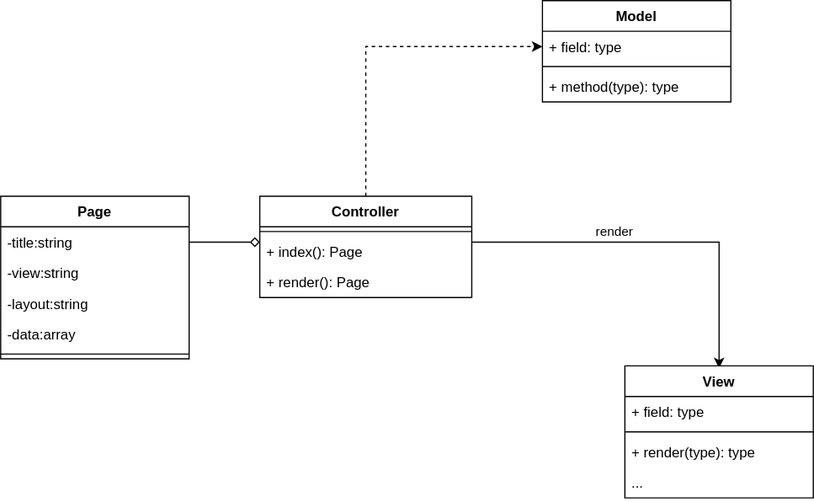
Earlier version of the draw.io export UML MVC.svg (devlubinets/mvcPractice). Source tidied: cells renumbered, new cells last; positions are measured from the earlier drawing's top-left corner, leaving out a move shared by most shapes.
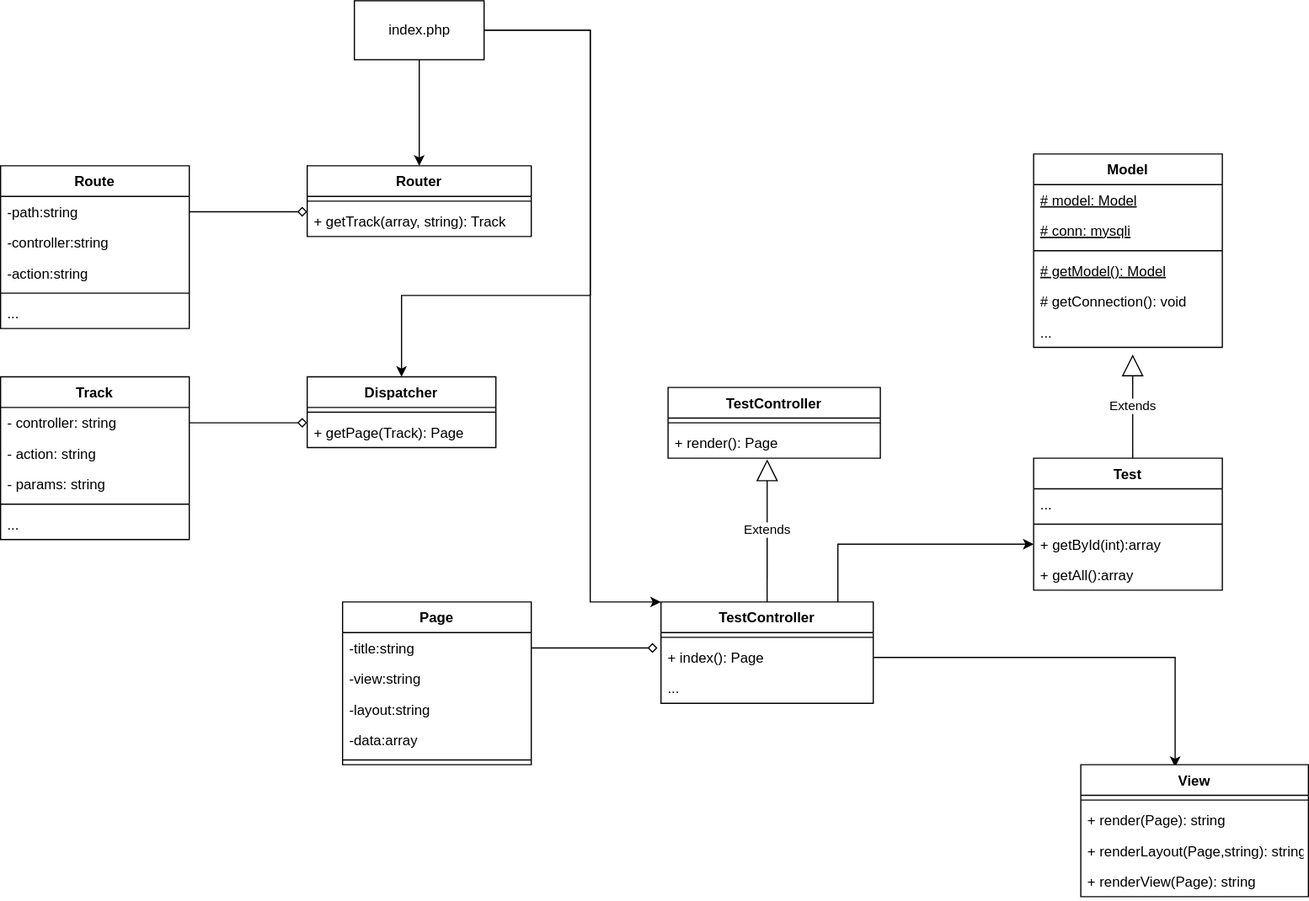
The same file after the commit.

Commit message:
Добавил UML диаграмму Model 2

Change to the diagram source:
```diff
@@ -2,11 +2,15 @@
   <root>
     <mxCell id="0" />
     <mxCell id="1" parent="0" />
-    <mxCell id="2" style="edgeStyle=orthogonalEdgeStyle;rounded=0;jettySize=auto;html=1;entryX=0;entryY=0.5;entryDx=0;entryDy=0;dashed=1;" parent="1" edge="1" source="3" target="8">
-      <mxGeometry relative="1" as="geometry" />
-    </mxCell>
+    <mxCell id="25" style="edgeStyle=orthogonalEdgeStyle;rounded=0;jettySize=auto;html=1;entryX=0;entryY=0.5;entryDx=0;entryDy=0;" parent="1" edge="1" source="3" target="26">
+      <mxGeometry relative="1" as="geometry">
+        <Array as="points">
+          <mxPoint x="630" y="351" />
+        </Array>
+      </mxGeometry>
+    </mxCell>
-    <mxCell id="3" value="Controller" style="swimlane;fontStyle=1;align=center;verticalAlign=top;horizontal=1;startSize=26;" parent="1" vertex="1">
-      <mxGeometry x="220" y="166" width="180" height="86" as="geometry" />
+    <mxCell id="3" value="TestController" style="swimlane;fontStyle=1;align=center;verticalAlign=top;horizontal=1;startSize=26;" parent="1" vertex="1">
+      <mxGeometry x="480" y="400" width="180" height="86" as="geometry" />
     </mxCell>
     <mxCell id="4" style="line;strokeWidth=1;fillColor=none;align=left;verticalAlign=middle;spacingTop=-1;spacingLeft=3;spacingRight=3;labelPosition=right;" parent="3" vertex="1">
       <mxGeometry y="26" width="180" height="8" as="geometry" />
@@ -14,34 +18,31 @@
     <mxCell id="5" value="+ index(): Page" style="text;strokeColor=none;fillColor=none;align=left;verticalAlign=top;spacingLeft=4;spacingRight=4;overflow=hidden;points=[[0,0.5],[1,0.5]];portConstraint=eastwest;" parent="3" vertex="1">
       <mxGeometry y="34" width="180" height="26" as="geometry" />
     </mxCell>
-    <mxCell id="6" value="+ render(): Page" style="text;strokeColor=none;fillColor=none;align=left;verticalAlign=top;spacingLeft=4;spacingRight=4;overflow=hidden;" parent="3" vertex="1">
+    <mxCell id="6" value="..." style="text;strokeColor=none;fillColor=none;align=left;verticalAlign=top;spacingLeft=4;spacingRight=4;overflow=hidden;" parent="3" vertex="1">
       <mxGeometry y="60" width="180" height="26" as="geometry" />
     </mxCell>
-    <mxCell id="7" value="Model" style="swimlane;fontStyle=1;align=center;verticalAlign=top;horizontal=1;startSize=26;" parent="1" vertex="1">
-      <mxGeometry x="460" width="160" height="86" as="geometry" />
+    <mxCell id="7" value="Test" style="swimlane;fontStyle=1;align=center;verticalAlign=top;horizontal=1;startSize=26;" parent="1" vertex="1">
+      <mxGeometry x="796" y="278" width="160" height="112" as="geometry" />
     </mxCell>
-    <mxCell id="8" value="+ field: type" style="text;strokeColor=none;fillColor=none;align=left;verticalAlign=top;spacingLeft=4;spacingRight=4;overflow=hidden;points=[[0,0.5],[1,0.5]];portConstraint=eastwest;" parent="7" vertex="1">
+    <mxCell id="8" value="..." style="text;strokeColor=none;fillColor=none;align=left;verticalAlign=top;spacingLeft=4;spacingRight=4;overflow=hidden;points=[[0,0.5],[1,0.5]];portConstraint=eastwest;" parent="7" vertex="1">
       <mxGeometry y="26" width="160" height="26" as="geometry" />
     </mxCell>
     <mxCell id="9" style="line;strokeWidth=1;fillColor=none;align=left;verticalAlign=middle;spacingTop=-1;spacingLeft=3;spacingRight=3;labelPosition=right;" parent="7" vertex="1">
       <mxGeometry y="52" width="160" height="8" as="geometry" />
     </mxCell>
+    <mxCell id="26" value="+ getById(int):array " style="text;strokeColor=none;fillColor=none;align=left;verticalAlign=top;spacingLeft=4;spacingRight=4;overflow=hidden;points=[[0,0.5],[1,0.5]];portConstraint=eastwest;" parent="7" vertex="1">
+      <mxGeometry y="60" width="160" height="26" as="geometry" />
+    </mxCell>
-    <mxCell id="10" value="+ method(type): type" style="text;strokeColor=none;fillColor=none;align=left;verticalAlign=top;spacingLeft=4;spacingRight=4;overflow=hidden;" parent="7" vertex="1">
-      <mxGeometry y="60" width="160" height="26" as="geometry" />
+    <mxCell id="10" value="+ getAll():array " style="text;strokeColor=none;fillColor=none;align=left;verticalAlign=top;spacingLeft=4;spacingRight=4;overflow=hidden;" parent="7" vertex="1">
+      <mxGeometry y="86" width="160" height="26" as="geometry" />
     </mxCell>
-    <mxCell id="11" style="edgeStyle=orthogonalEdgeStyle;rounded=0;orthogonalLoop=1;jettySize=auto;html=1;entryX=0.5;entryY=0;entryDx=0;entryDy=0;" parent="1" edge="1">
+    <mxCell id="11" style="edgeStyle=orthogonalEdgeStyle;rounded=0;jettySize=auto;html=1;entryX=0.5;entryY=0;entryDx=0;entryDy=0;exitX=1;exitY=0.5;exitDx=0;exitDy=0;" parent="1" edge="1" source="5">
       <mxGeometry relative="1" as="geometry">
-        <mxPoint x="400" y="205" as="sourcePoint" />
-        <mxPoint x="610" y="312" as="targetPoint" />
+        <mxPoint x="916" y="540" as="targetPoint" />
       </mxGeometry>
     </mxCell>
-    <mxCell id="12" value="render" style="edgeLabel;html=1;align=center;verticalAlign=middle;" parent="11" vertex="1">
-      <mxGeometry x="-0.29" y="5" relative="1" as="geometry">
-        <mxPoint x="8" y="-4" as="offset" />
-      </mxGeometry>
-    </mxCell>
     <mxCell id="13" value="Page" style="swimlane;fontStyle=1;align=center;verticalAlign=top;horizontal=1;startSize=26;" parent="1" vertex="1">
-      <mxGeometry y="166" width="160" height="138" as="geometry" />
+      <mxGeometry x="210" y="400" width="160" height="138" as="geometry" />
     </mxCell>
     <mxCell id="14" value="-title:string" style="text;strokeColor=none;fillColor=none;align=left;verticalAlign=top;spacingLeft=4;spacingRight=4;overflow=hidden;points=[[0,0.5],[1,0.5]];portConstraint=eastwest;" parent="13" vertex="1">
       <mxGeometry y="26" width="160" height="26" as="geometry" />
@@ -60,23 +61,149 @@
     </mxCell>
     <mxCell id="19" style="edgeStyle=orthogonalEdgeStyle;rounded=0;jettySize=auto;html=1;entryX=1;entryY=0.5;entryDx=0;entryDy=0;startArrow=diamond;startFill=0;endArrow=none;endFill=0;" parent="1" edge="1" target="14">
       <mxGeometry relative="1" as="geometry">
-        <mxPoint x="220" y="205" as="sourcePoint" />
+        <mxPoint x="477" y="439" as="sourcePoint" />
       </mxGeometry>
     </mxCell>
     <mxCell id="20" value="View" style="swimlane;fontStyle=1;align=center;verticalAlign=top;horizontal=1;startSize=26;" parent="1" vertex="1">
-      <mxGeometry x="530" y="310" width="160" height="112" as="geometry" />
+      <mxGeometry x="836" y="538" width="193" height="112" as="geometry" />
     </mxCell>
-    <mxCell id="21" value="+ field: type" style="text;strokeColor=none;fillColor=none;align=left;verticalAlign=top;spacingLeft=4;spacingRight=4;overflow=hidden;" parent="20" vertex="1">
-      <mxGeometry y="26" width="160" height="26" as="geometry" />
-    </mxCell>
     <mxCell id="22" style="line;strokeWidth=1;fillColor=none;align=left;verticalAlign=middle;spacingTop=-1;spacingLeft=3;spacingRight=3;labelPosition=right;" parent="20" vertex="1">
-      <mxGeometry y="52" width="160" height="8" as="geometry" />
+      <mxGeometry y="26" width="193" height="8" as="geometry" />
     </mxCell>
-    <mxCell id="23" value="+ render(type): type" style="text;strokeColor=none;fillColor=none;align=left;verticalAlign=top;spacingLeft=4;spacingRight=4;overflow=hidden;" parent="20" vertex="1">
-      <mxGeometry y="60" width="160" height="26" as="geometry" />
+    <mxCell id="23" value="+ render(Page): string" style="text;strokeColor=none;fillColor=none;align=left;verticalAlign=top;spacingLeft=4;spacingRight=4;overflow=hidden;" parent="20" vertex="1">
+      <mxGeometry y="34" width="193" height="26" as="geometry" />
     </mxCell>
-    <mxCell id="24" value="..." style="text;strokeColor=none;fillColor=none;align=left;verticalAlign=top;spacingLeft=4;spacingRight=4;overflow=hidden;" parent="20" vertex="1">
-      <mxGeometry y="86" width="160" height="26" as="geometry" />
-    </mxCell>
+    <mxCell id="27" value="+ renderLayout(Page,string): string" style="text;strokeColor=none;fillColor=none;align=left;verticalAlign=top;spacingLeft=4;spacingRight=4;overflow=hidden;" parent="20" vertex="1">
+      <mxGeometry y="60" width="193" height="26" as="geometry" />
+    </mxCell>
+    <mxCell id="28" value="+ renderView(Page): string" style="text;strokeColor=none;fillColor=none;align=left;verticalAlign=top;spacingLeft=4;spacingRight=4;overflow=hidden;" parent="20" vertex="1">
+      <mxGeometry y="86" width="193" height="26" as="geometry" />
+    </mxCell>
+    <mxCell id="29" value="TestController" style="swimlane;fontStyle=1;align=center;verticalAlign=top;horizontal=1;startSize=26;" parent="1" vertex="1">
+      <mxGeometry x="486" y="218" width="180" height="60" as="geometry" />
+    </mxCell>
+    <mxCell id="30" style="line;strokeWidth=1;fillColor=none;align=left;verticalAlign=middle;spacingTop=-1;spacingLeft=3;spacingRight=3;labelPosition=right;" parent="29" vertex="1">
+      <mxGeometry y="26" width="180" height="8" as="geometry" />
+    </mxCell>
+    <mxCell id="31" value="+ render(): Page" style="text;strokeColor=none;fillColor=none;align=left;verticalAlign=top;spacingLeft=4;spacingRight=4;overflow=hidden;points=[[0,0.5],[1,0.5]];portConstraint=eastwest;" parent="29" vertex="1">
+      <mxGeometry y="34" width="180" height="26" as="geometry" />
+    </mxCell>
+    <mxCell id="32" value="Extends" style="endArrow=block;endSize=16;endFill=0;html=1;exitX=0.5;exitY=0;exitDx=0;exitDy=0;entryX=0.467;entryY=1.038;entryDx=0;entryDy=0;entryPerimeter=0;" parent="1" edge="1" source="3" target="31">
+      <mxGeometry relative="1" as="geometry" />
+    </mxCell>
+    <mxCell id="33" value="Model" style="swimlane;fontStyle=1;align=center;verticalAlign=top;horizontal=1;startSize=26;" parent="1" vertex="1">
+      <mxGeometry x="796" y="20" width="160" height="164" as="geometry" />
+    </mxCell>
+    <mxCell id="34" value="# model: Model" style="text;strokeColor=none;fillColor=none;align=left;verticalAlign=top;spacingLeft=4;spacingRight=4;overflow=hidden;fontStyle=4;" parent="33" vertex="1">
+      <mxGeometry y="26" width="160" height="26" as="geometry" />
+    </mxCell>
+    <mxCell id="35" value="# conn: mysqli" style="text;strokeColor=none;fillColor=none;align=left;verticalAlign=top;spacingLeft=4;spacingRight=4;overflow=hidden;fontStyle=4;" parent="33" vertex="1">
+      <mxGeometry y="52" width="160" height="26" as="geometry" />
+    </mxCell>
+    <mxCell id="36" style="line;strokeWidth=1;fillColor=none;align=left;verticalAlign=middle;spacingTop=-1;spacingLeft=3;spacingRight=3;labelPosition=right;" parent="33" vertex="1">
+      <mxGeometry y="78" width="160" height="8" as="geometry" />
+    </mxCell>
+    <mxCell id="37" value="# getModel(): Model" style="text;strokeColor=none;fillColor=none;align=left;verticalAlign=top;spacingLeft=4;spacingRight=4;overflow=hidden;fontStyle=4;" parent="33" vertex="1">
+      <mxGeometry y="86" width="160" height="26" as="geometry" />
+    </mxCell>
+    <mxCell id="38" value="# getConnection(): void" style="text;strokeColor=none;fillColor=none;align=left;verticalAlign=top;spacingLeft=4;spacingRight=4;overflow=hidden;fontStyle=0;" parent="33" vertex="1">
+      <mxGeometry y="112" width="160" height="26" as="geometry" />
+    </mxCell>
+    <mxCell id="39" value="..." style="text;strokeColor=none;fillColor=none;align=left;verticalAlign=top;spacingLeft=4;spacingRight=4;overflow=hidden;" parent="33" vertex="1">
+      <mxGeometry y="138" width="160" height="26" as="geometry" />
+    </mxCell>
+    <mxCell id="40" value="Router" style="swimlane;fontStyle=1;align=center;verticalAlign=top;horizontal=1;startSize=26;" parent="1" vertex="1">
+      <mxGeometry x="180" y="30" width="190" height="60" as="geometry" />
+    </mxCell>
+    <mxCell id="41" style="line;strokeWidth=1;fillColor=none;align=left;verticalAlign=middle;spacingTop=-1;spacingLeft=3;spacingRight=3;labelPosition=right;" parent="40" vertex="1">
+      <mxGeometry y="26" width="190" height="8" as="geometry" />
+    </mxCell>
+    <mxCell id="42" value="+ getTrack(array, string): Track" style="text;strokeColor=none;fillColor=none;align=left;verticalAlign=top;spacingLeft=4;spacingRight=4;overflow=hidden;" parent="40" vertex="1">
+      <mxGeometry y="34" width="190" height="26" as="geometry" />
+    </mxCell>
+    <mxCell id="43" value="Dispatcher" style="swimlane;fontStyle=1;align=center;verticalAlign=top;horizontal=1;startSize=26;" parent="1" vertex="1">
+      <mxGeometry x="180" y="209" width="160" height="60" as="geometry" />
+    </mxCell>
+    <mxCell id="44" style="line;strokeWidth=1;fillColor=none;align=left;verticalAlign=middle;spacingTop=-1;spacingLeft=3;spacingRight=3;labelPosition=right;" parent="43" vertex="1">
+      <mxGeometry y="26" width="160" height="8" as="geometry" />
+    </mxCell>
+    <mxCell id="45" value="+ getPage(Track): Page" style="text;strokeColor=none;fillColor=none;align=left;verticalAlign=top;spacingLeft=4;spacingRight=4;overflow=hidden;" parent="43" vertex="1">
+      <mxGeometry y="34" width="160" height="26" as="geometry" />
+    </mxCell>
+    <mxCell id="46" value="Track" style="swimlane;fontStyle=1;align=center;verticalAlign=top;horizontal=1;startSize=26;" parent="1" vertex="1">
+      <mxGeometry x="-80" y="209" width="160" height="138" as="geometry" />
+    </mxCell>
+    <mxCell id="47" value="- controller: string" style="text;strokeColor=none;fillColor=none;align=left;verticalAlign=top;spacingLeft=4;spacingRight=4;overflow=hidden;points=[[0,0.5],[1,0.5]];portConstraint=eastwest;" parent="46" vertex="1">
+      <mxGeometry y="26" width="160" height="26" as="geometry" />
+    </mxCell>
+    <mxCell id="48" value="- action: string" style="text;strokeColor=none;fillColor=none;align=left;verticalAlign=top;spacingLeft=4;spacingRight=4;overflow=hidden;" parent="46" vertex="1">
+      <mxGeometry y="52" width="160" height="26" as="geometry" />
+    </mxCell>
+    <mxCell id="49" value="- params: string" style="text;strokeColor=none;fillColor=none;align=left;verticalAlign=top;spacingLeft=4;spacingRight=4;overflow=hidden;" parent="46" vertex="1">
+      <mxGeometry y="78" width="160" height="26" as="geometry" />
+    </mxCell>
+    <mxCell id="50" style="line;strokeWidth=1;fillColor=none;align=left;verticalAlign=middle;spacingTop=-1;spacingLeft=3;spacingRight=3;labelPosition=right;" parent="46" vertex="1">
+      <mxGeometry y="104" width="160" height="8" as="geometry" />
+    </mxCell>
+    <mxCell id="51" value="..." style="text;strokeColor=none;fillColor=none;align=left;verticalAlign=top;spacingLeft=4;spacingRight=4;overflow=hidden;" parent="46" vertex="1">
+      <mxGeometry y="112" width="160" height="26" as="geometry" />
+    </mxCell>
+    <mxCell id="52" value="Route" style="swimlane;fontStyle=1;align=center;verticalAlign=top;horizontal=1;startSize=26;" parent="1" vertex="1">
+      <mxGeometry x="-80" y="30" width="160" height="138" as="geometry" />
+    </mxCell>
+    <mxCell id="53" value="-path:string" style="text;strokeColor=none;fillColor=none;align=left;verticalAlign=top;spacingLeft=4;spacingRight=4;overflow=hidden;points=[[0,0.5],[1,0.5]];portConstraint=eastwest;" parent="52" vertex="1">
+      <mxGeometry y="26" width="160" height="26" as="geometry" />
+    </mxCell>
+    <mxCell id="54" value="-controller:string" style="text;strokeColor=none;fillColor=none;align=left;verticalAlign=top;spacingLeft=4;spacingRight=4;overflow=hidden;" parent="52" vertex="1">
+      <mxGeometry y="52" width="160" height="26" as="geometry" />
+    </mxCell>
+    <mxCell id="55" value="-action:string" style="text;strokeColor=none;fillColor=none;align=left;verticalAlign=top;spacingLeft=4;spacingRight=4;overflow=hidden;" parent="52" vertex="1">
+      <mxGeometry y="78" width="160" height="26" as="geometry" />
+    </mxCell>
+    <mxCell id="56" style="line;strokeWidth=1;fillColor=none;align=left;verticalAlign=middle;spacingTop=-1;spacingLeft=3;spacingRight=3;labelPosition=right;" parent="52" vertex="1">
+      <mxGeometry y="104" width="160" height="8" as="geometry" />
+    </mxCell>
+    <mxCell id="57" value="..." style="text;strokeColor=none;fillColor=none;align=left;verticalAlign=top;spacingLeft=4;spacingRight=4;overflow=hidden;" parent="52" vertex="1">
+      <mxGeometry y="112" width="160" height="26" as="geometry" />
+    </mxCell>
+    <mxCell id="58" style="edgeStyle=orthogonalEdgeStyle;rounded=0;jettySize=auto;html=1;endArrow=none;endFill=0;startArrow=diamond;startFill=0;" parent="1" edge="1" target="53">
+      <mxGeometry relative="1" as="geometry">
+        <mxPoint x="180" y="69" as="sourcePoint" />
+      </mxGeometry>
+    </mxCell>
+    <mxCell id="59" style="edgeStyle=orthogonalEdgeStyle;rounded=0;jettySize=auto;html=1;entryX=1;entryY=0.5;entryDx=0;entryDy=0;startArrow=diamond;startFill=0;endArrow=none;endFill=0;" parent="1" edge="1" target="47">
+      <mxGeometry relative="1" as="geometry">
+        <mxPoint x="180" y="248" as="sourcePoint" />
+      </mxGeometry>
+    </mxCell>
+    <mxCell id="60" style="edgeStyle=orthogonalEdgeStyle;rounded=0;jettySize=auto;html=1;entryX=0.5;entryY=0;entryDx=0;entryDy=0;" parent="1" edge="1" source="63" target="40">
+      <mxGeometry relative="1" as="geometry" />
+    </mxCell>
+    <mxCell id="61" style="edgeStyle=orthogonalEdgeStyle;rounded=0;jettySize=auto;html=1;entryX=0.5;entryY=0;entryDx=0;entryDy=0;" parent="1" edge="1" source="63" target="43">
+      <mxGeometry relative="1" as="geometry">
+        <Array as="points">
+          <mxPoint x="420" y="-85" />
+          <mxPoint x="420" y="140" />
+          <mxPoint x="260" y="140" />
+        </Array>
+      </mxGeometry>
+    </mxCell>
+    <mxCell id="62" style="edgeStyle=orthogonalEdgeStyle;rounded=0;jettySize=auto;html=1;entryX=0;entryY=0;entryDx=0;entryDy=0;" parent="1" edge="1" source="63" target="3">
+      <mxGeometry relative="1" as="geometry">
+        <Array as="points">
+          <mxPoint x="420" y="-85" />
+          <mxPoint x="420" y="400" />
+        </Array>
+      </mxGeometry>
+    </mxCell>
+    <mxCell id="63" value="index.php" style="html=1;" parent="1" vertex="1">
+      <mxGeometry x="220" y="-110" width="110" height="50" as="geometry" />
+    </mxCell>
+    <mxCell id="64" value="Extends" style="endArrow=block;endSize=16;endFill=0;html=1;exitX=0.5;exitY=0;exitDx=0;exitDy=0;" parent="1" edge="1">
+      <mxGeometry relative="1" as="geometry">
+        <mxPoint x="880" y="278" as="sourcePoint" />
+        <mxPoint x="880" y="190" as="targetPoint" />
+      </mxGeometry>
+    </mxCell>
   </root>
 </mxGraphModel>
```
